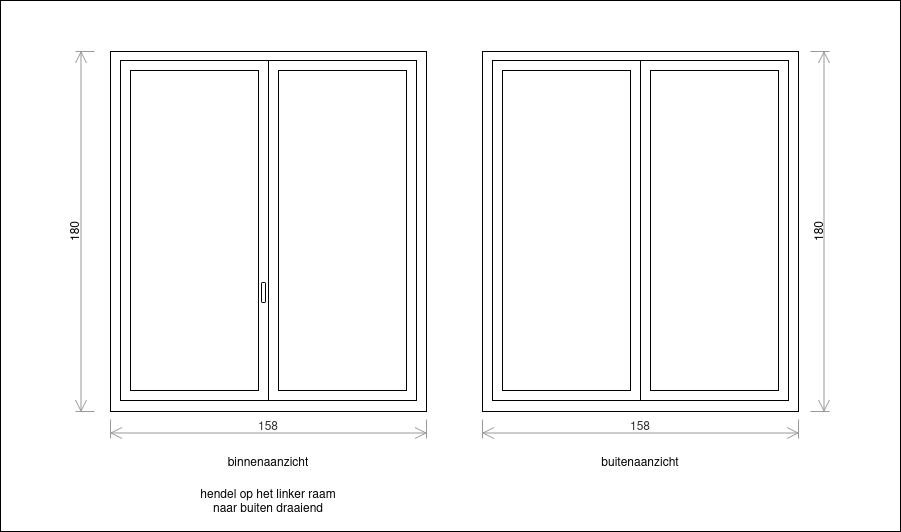
This is window.drawio.png from fckff/drawio, a draw.io export, as it was before one commit. Source tidied: cells renumbered, new cells last; positions are measured from the earlier drawing's top-left corner, leaving out a move shared by most shapes.
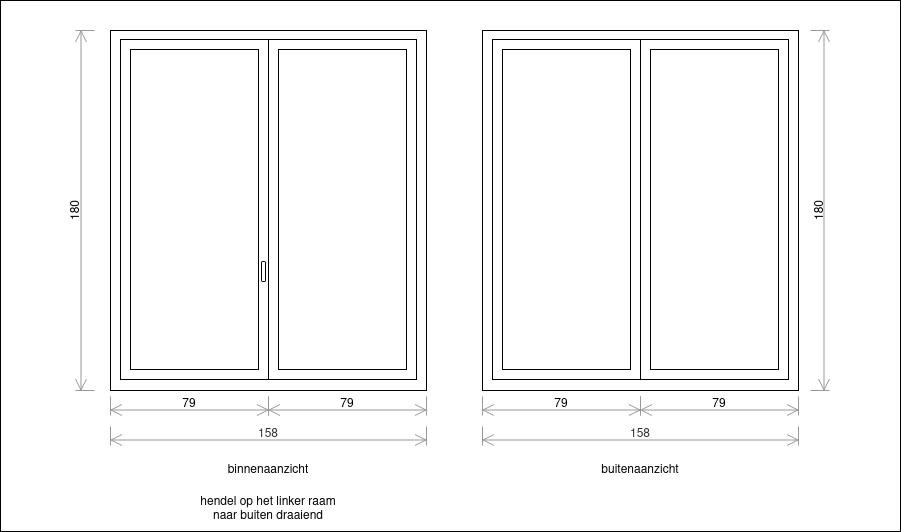
Later version of the same file.

Diff of the diagram source:
```diff
@@ -3,7 +3,7 @@
     <mxCell id="0" />
     <mxCell id="1" parent="0" />
     <mxCell id="2" style="whiteSpace=wrap;html=1;" parent="1" vertex="1">
-      <mxGeometry width="900" height="531" as="geometry" />
+      <mxGeometry y="21" width="900" height="531" as="geometry" />
     </mxCell>
     <mxCell id="3" style="whiteSpace=wrap;html=1;" parent="1" vertex="1">
       <mxGeometry x="110" y="51" width="316" height="360" as="geometry" />
@@ -27,7 +27,7 @@
       <mxGeometry x="261" y="282" width="4" height="20" as="geometry" />
     </mxCell>
     <mxCell id="10" value="&lt;div&gt;binnenaanzicht&lt;/div&gt;" style="text;html=1;strokeColor=none;fillColor=none;align=center;verticalAlign=middle;whiteSpace=wrap;rounded=0;" parent="1" vertex="1">
-      <mxGeometry x="110" y="446" width="316" height="30" as="geometry" />
+      <mxGeometry x="110" y="474" width="316" height="30" as="geometry" />
     </mxCell>
     <mxCell id="11" style="whiteSpace=wrap;html=1;" parent="1" vertex="1">
       <mxGeometry x="482" y="51" width="316" height="360" as="geometry" />
@@ -48,13 +48,13 @@
       <mxGeometry x="650" y="70" width="128" height="320" as="geometry" />
     </mxCell>
     <mxCell id="17" value="buitenaanzicht" style="text;html=1;strokeColor=none;fillColor=none;align=center;verticalAlign=middle;whiteSpace=wrap;rounded=0;" parent="1" vertex="1">
-      <mxGeometry x="482" y="446" width="316" height="30" as="geometry" />
+      <mxGeometry x="482" y="474" width="316" height="30" as="geometry" />
     </mxCell>
     <mxCell id="18" value="158" style="shape=dimension;whiteSpace=wrap;html=1;align=center;verticalAlign=bottom;spacingBottom=3;labelBackgroundColor=none;fillColor=#f5f5f5;fontColor=#333333;strokeColor=#999999;" parent="1" vertex="1">
-      <mxGeometry x="110" y="419" width="316" height="19" as="geometry" />
+      <mxGeometry x="110" y="447" width="316" height="19" as="geometry" />
     </mxCell>
     <mxCell id="19" value="158" style="shape=dimension;whiteSpace=wrap;html=1;align=center;verticalAlign=bottom;spacingBottom=3;labelBackgroundColor=none;fillColor=#f5f5f5;fontColor=#333333;strokeColor=#999999;" parent="1" vertex="1">
-      <mxGeometry x="482" y="419" width="316" height="19" as="geometry" />
+      <mxGeometry x="482" y="447" width="316" height="19" as="geometry" />
     </mxCell>
     <mxCell id="20" value="180" style="shape=dimension;direction=south;whiteSpace=wrap;html=1;align=center;verticalAlign=top;labelBackgroundColor=none;horizontal=0;spacingTop=-15;strokeColor=#999999;" parent="1" vertex="1">
       <mxGeometry x="75" y="51" width="19" height="360" as="geometry" />
@@ -63,7 +63,19 @@
       <mxGeometry x="810" y="51" width="19" height="360" as="geometry" />
     </mxCell>
     <mxCell id="22" value="&lt;div&gt;hendel op het linker raam&lt;/div&gt;&lt;div&gt;naar buiten draaiend&lt;br&gt;&lt;/div&gt;" style="text;html=1;strokeColor=none;fillColor=none;align=center;verticalAlign=middle;whiteSpace=wrap;rounded=0;" parent="1" vertex="1">
-      <mxGeometry x="110" y="485" width="316" height="30" as="geometry" />
+      <mxGeometry x="110" y="513" width="316" height="30" as="geometry" />
     </mxCell>
+    <mxCell id="23" value="79" style="shape=dimension;whiteSpace=wrap;html=1;align=center;verticalAlign=bottom;spacingBottom=3;labelBackgroundColor=none;strokeColor=#999999;" parent="1" vertex="1">
+      <mxGeometry x="268" y="417" width="158" height="19" as="geometry" />
+    </mxCell>
+    <mxCell id="24" value="79" style="shape=dimension;whiteSpace=wrap;html=1;align=center;verticalAlign=bottom;spacingBottom=3;labelBackgroundColor=none;strokeColor=#999999;" parent="1" vertex="1">
+      <mxGeometry x="110" y="417" width="158" height="19" as="geometry" />
+    </mxCell>
+    <mxCell id="25" value="79" style="shape=dimension;whiteSpace=wrap;html=1;align=center;verticalAlign=bottom;spacingBottom=3;labelBackgroundColor=none;strokeColor=#999999;" parent="1" vertex="1">
+      <mxGeometry x="640" y="417" width="158" height="19" as="geometry" />
+    </mxCell>
+    <mxCell id="26" value="79" style="shape=dimension;whiteSpace=wrap;html=1;align=center;verticalAlign=bottom;spacingBottom=3;labelBackgroundColor=none;strokeColor=#999999;" parent="1" vertex="1">
+      <mxGeometry x="482" y="417" width="158" height="19" as="geometry" />
+    </mxCell>
   </root>
 </mxGraphModel>
```
